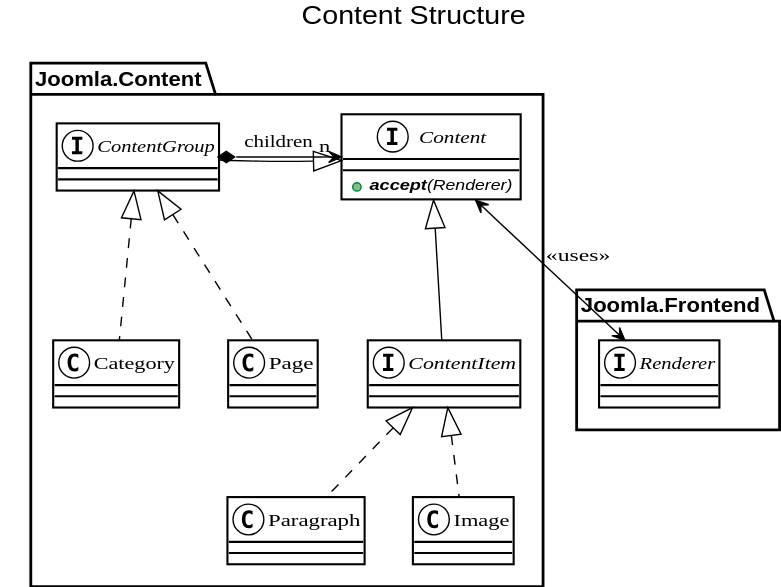
nibralab/joomla-architecture keeps this PlantUML diagram as svg/class-content.svg. Above is the earlier version. Its source is kept beside it as src/class-content.puml.
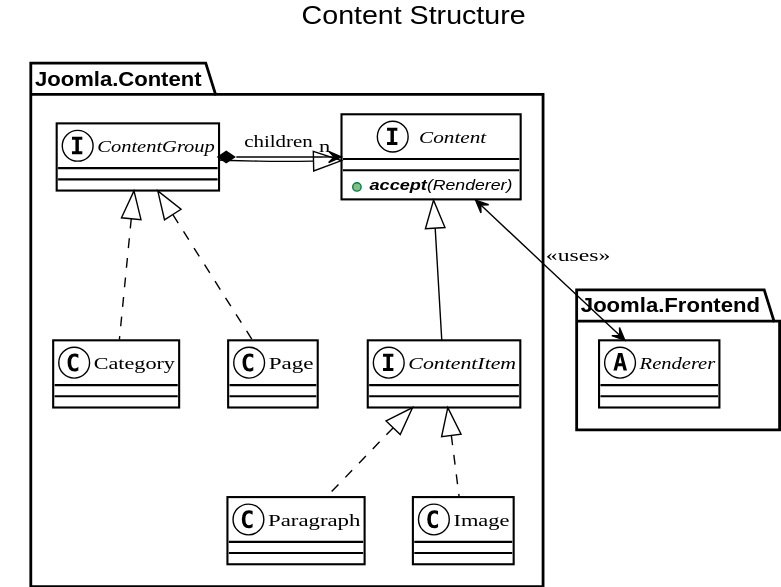
The same file after the commit.

Change to the diagram source:
```diff
@@ -19,7 +19,7 @@
 }
 
 namespace Joomla.Frontend {
-    interface Renderer {
+    abstract class Renderer {
     }
 }
 
```
